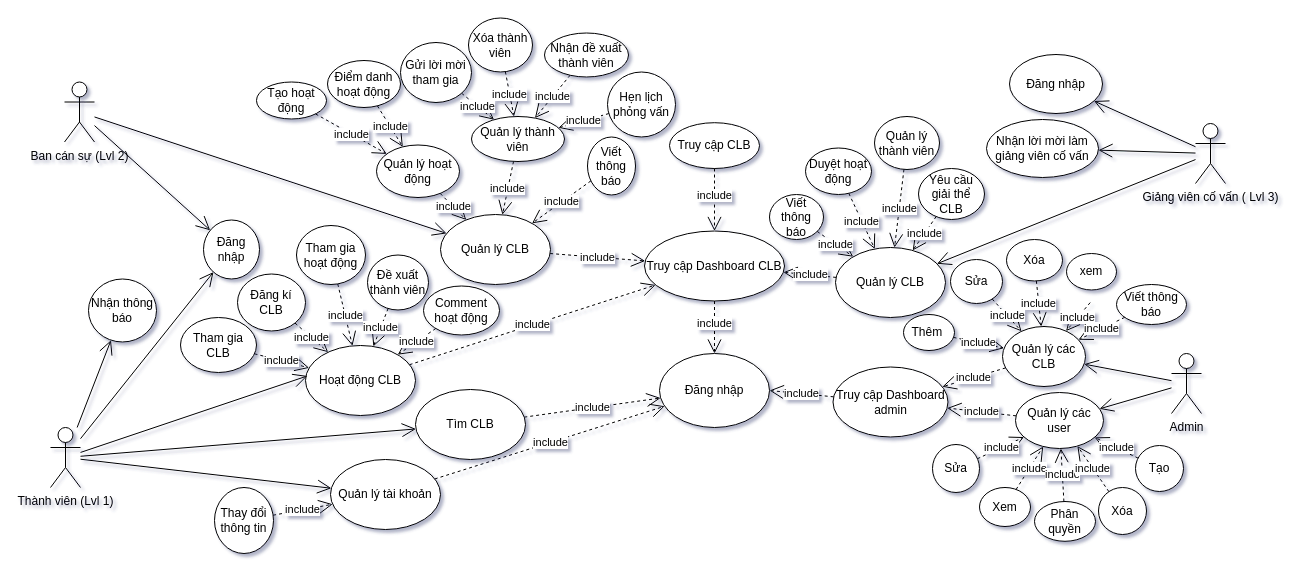
Earlier version of the draw.io diagram page "usecase" (1 of 14) of diagram.drawio (ZanhhTrann/finall_project-). Source tidied: cells renumbered, new cells numbered last; positions are measured from the earlier drawing's top-left corner, leaving out a move shared by most shapes. Both pictures are drawn from the tidied source at 100%, with x=0, y=0 at pixel (50, 17).
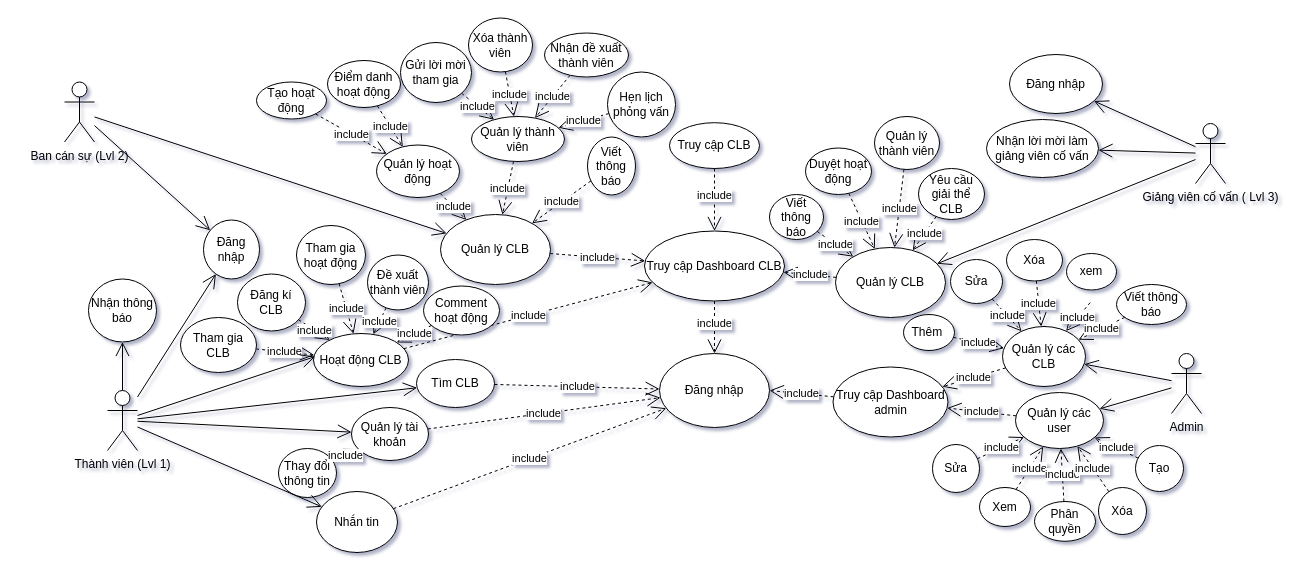
Above is the later version.

Unchanged cells that the change refers to:
```xml
<mxCell id="10" value="Đăng nhập" style="ellipse;whiteSpace=wrap;html=1;" parent="1" vertex="1">
  <mxGeometry x="609" y="336" width="110" height="74" as="geometry" />
</mxCell>
```

Change to the diagram source:
```diff
@@
     <mxCell id="2" value="Thành viên (Lvl 1)" style="shape=umlActor;verticalLabelPosition=bottom;verticalAlign=top;html=1;outlineConnect=0;" parent="1" vertex="1">
-      <mxGeometry y="410" width="30" height="60" as="geometry" />
+      <mxGeometry x="57" y="373" width="30" height="60" as="geometry" />
     </mxCell>
@@
     <mxCell id="6" value="Quản lý tài khoản" style="ellipse;whiteSpace=wrap;html=1;" parent="1" vertex="1">
-      <mxGeometry x="280" y="442" width="110" height="70" as="geometry" />
+      <mxGeometry x="301" y="390" width="77" height="53" as="geometry" />
     </mxCell>
@@
     <mxCell id="37" value="Tìm CLB" style="ellipse;whiteSpace=wrap;html=1;" parent="1" vertex="1">
-      <mxGeometry x="365" y="372" width="110" height="70" as="geometry" />
+      <mxGeometry x="366" y="342" width="78" height="48" as="geometry" />
     </mxCell>
@@
     <mxCell id="42" value="Thay đổi thông tin" style="ellipse;whiteSpace=wrap;html=1;direction=south;" parent="1" vertex="1">
-      <mxGeometry x="164" y="470" width="59" height="66" as="geometry" />
+      <mxGeometry x="228" y="431" width="58" height="49" as="geometry" />
     </mxCell>
@@
     <mxCell id="72" value="Hoạt động CLB" style="ellipse;whiteSpace=wrap;html=1;" parent="1" vertex="1">
-      <mxGeometry x="255" y="328" width="110" height="70" as="geometry" />
+      <mxGeometry x="263" y="316" width="95" height="53" as="geometry" />
     </mxCell>
@@
+    <mxCell id="101" value="Nhắn tin" style="ellipse;whiteSpace=wrap;html=1;direction=south;" parent="1" vertex="1">
+      <mxGeometry x="266" y="474" width="81" height="61" as="geometry" />
+    </mxCell>
+    <mxCell id="102" value="include" style="endArrow=open;endSize=12;dashed=1;html=1;rounded=0;" parent="1" edge="1" source="101" target="10">
+      <mxGeometry relative="1" as="geometry" />
+    </mxCell>
+    <mxCell id="103" style="endArrow=open;endFill=1;endSize=12;html=1;rounded=0;" parent="1" edge="1" source="2" target="101">
+      <mxGeometry relative="1" as="geometry" />
+    </mxCell>
```
